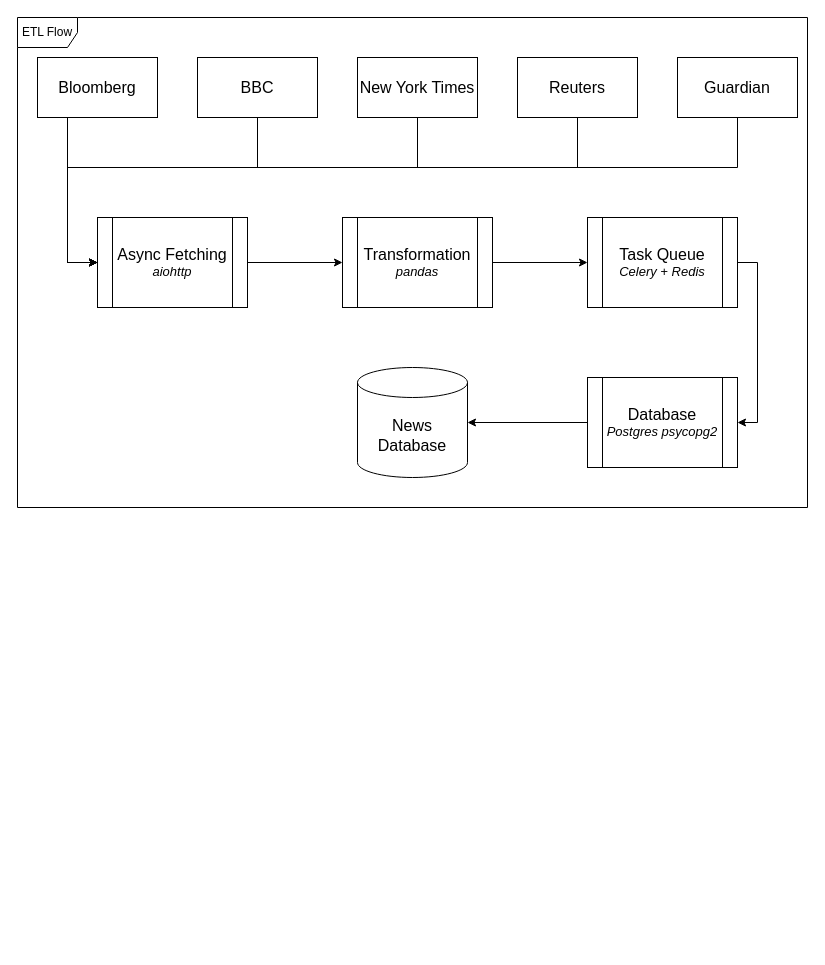
Above: etl_process.drawio in JakubK2004/JakubK2004 (draw.io), before the change. Source tidied: cells renumbered, new cells numbered last; positions are measured from the earlier drawing's top-left corner, leaving out a move shared by most shapes. Both pictures are drawn from the tidied source at 100%, with x=0, y=0 at pixel (17, 17).
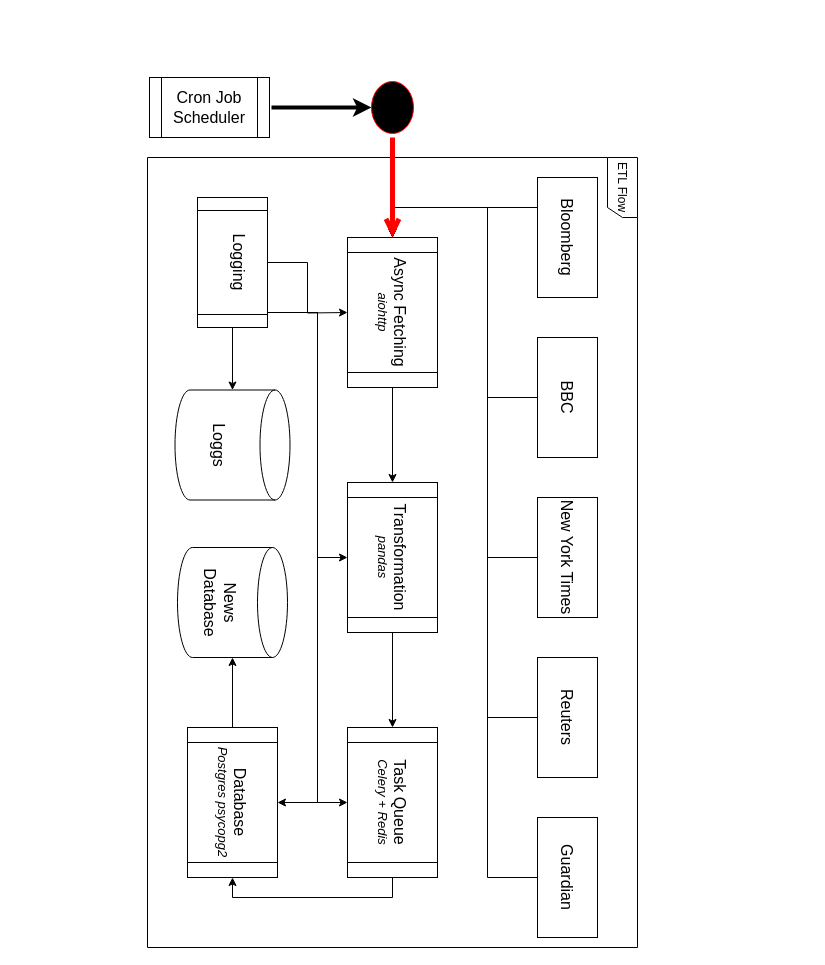
After the change.

What changed in the source:
```diff
@@
+    <mxCell id="23" style="edgeStyle=orthogonalEdgeStyle;rounded=0;orthogonalLoop=1;jettySize=auto;html=1;strokeWidth=4;" parent="1" edge="1">
+      <mxGeometry relative="1" as="geometry">
+        <mxPoint x="254" y="90" as="sourcePoint" />
+        <mxPoint x="354" y="90" as="targetPoint" />
+      </mxGeometry>
+    </mxCell>
+    <mxCell id="24" value="&lt;font style=&quot;font-size: 16px;&quot;&gt;Cron Job Scheduler&lt;/font&gt;" style="shape=process;whiteSpace=wrap;html=1;backgroundOutline=1;" parent="1" vertex="1">
+      <mxGeometry x="132" y="60" width="120" height="60" as="geometry" />
+    </mxCell>
+    <mxCell id="25" style="group;rotation=90;" parent="1" vertex="1">
+      <mxGeometry x="-20" y="290" width="790" height="490" as="geometry" />
+    </mxCell>
-    <mxCell id="2" style="group;" parent="1" vertex="1">
-      <mxGeometry x="20" y="40" width="760" height="60" as="geometry" />
+    <mxCell id="2" style="group;rotation=90;" parent="25" vertex="1">
+      <mxGeometry x="190" y="220" width="760" height="60" as="geometry" />
     </mxCell>
-    <mxCell id="3" value="&lt;font style=&quot;font-size: 16px;&quot;&gt;BBC&lt;/font&gt;" style="rounded=0;whiteSpace=wrap;html=1;" parent="2" vertex="1">
-      <mxGeometry x="160" width="120" height="60" as="geometry" />
+    <mxCell id="3" value="&lt;font style=&quot;font-size: 16px;&quot;&gt;BBC&lt;/font&gt;" style="rounded=0;whiteSpace=wrap;html=1;rotation=90;" parent="2" vertex="1">
+      <mxGeometry x="320" y="-160" width="120" height="60" as="geometry" />
     </mxCell>
-    <mxCell id="4" value="&lt;font style=&quot;font-size: 16px;&quot;&gt;New York Times&lt;/font&gt;" style="rounded=0;whiteSpace=wrap;html=1;" parent="2" vertex="1">
+    <mxCell id="4" value="&lt;font style=&quot;font-size: 16px;&quot;&gt;New York Times&lt;/font&gt;" style="rounded=0;whiteSpace=wrap;html=1;rotation=90;" parent="2" vertex="1">
       <mxGeometry x="320" width="120" height="60" as="geometry" />
     </mxCell>
-    <mxCell id="5" value="&lt;font style=&quot;font-size: 16px;&quot;&gt;Guardian&lt;/font&gt;" style="rounded=0;whiteSpace=wrap;html=1;" parent="2" vertex="1">
-      <mxGeometry x="640" width="120" height="60" as="geometry" />
+    <mxCell id="5" value="&lt;font style=&quot;font-size: 16px;&quot;&gt;Guardian&lt;/font&gt;" style="rounded=0;whiteSpace=wrap;html=1;rotation=90;" parent="2" vertex="1">
+      <mxGeometry x="320" y="320" width="120" height="60" as="geometry" />
     </mxCell>
-    <mxCell id="6" value="&lt;font style=&quot;font-size: 16px;&quot;&gt;Bloomberg&lt;/font&gt;" style="rounded=0;whiteSpace=wrap;html=1;" parent="2" vertex="1">
-      <mxGeometry width="120" height="60" as="geometry" />
+    <mxCell id="6" value="&lt;font style=&quot;font-size: 16px;&quot;&gt;Bloomberg&lt;/font&gt;" style="rounded=0;whiteSpace=wrap;html=1;rotation=90;" parent="2" vertex="1">
+      <mxGeometry x="320" y="-320" width="120" height="60" as="geometry" />
     </mxCell>
-    <mxCell id="7" value="&lt;font style=&quot;font-size: 16px;&quot;&gt;Reuters&lt;/font&gt;" style="rounded=0;whiteSpace=wrap;html=1;" parent="2" vertex="1">
-      <mxGeometry x="480" width="120" height="60" as="geometry" />
+    <mxCell id="7" value="&lt;font style=&quot;font-size: 16px;&quot;&gt;Reuters&lt;/font&gt;" style="rounded=0;whiteSpace=wrap;html=1;rotation=90;" parent="2" vertex="1">
+      <mxGeometry x="320" y="160" width="120" height="60" as="geometry" />
     </mxCell>
-    <mxCell id="8" style="edgeStyle=orthogonalEdgeStyle;rounded=0;jettySize=auto;html=1;entryX=0;entryY=0.5;entryDx=0;entryDy=0;" parent="1" edge="1" source="9" target="11">
+    <mxCell id="8" style="edgeStyle=orthogonalEdgeStyle;rounded=0;jettySize=auto;html=1;entryX=0;entryY=0.5;entryDx=0;entryDy=0;" parent="25" edge="1" source="9" target="11">
       <mxGeometry relative="1" as="geometry" />
     </mxCell>
-    <mxCell id="9" value="&lt;font style=&quot;font-size: 16px;&quot;&gt;Async Fetching&lt;/font&gt;&lt;div&gt;&lt;font size=&quot;1&quot; style=&quot;&quot;&gt;&lt;i style=&quot;font-size: 13px;&quot;&gt;aiohttp&lt;/i&gt;&lt;/font&gt;&lt;/div&gt;" style="shape=process;whiteSpace=wrap;html=1;backgroundOutline=1;rotation=0;" parent="1" vertex="1">
-      <mxGeometry x="80" y="200" width="150" height="90" as="geometry" />
+    <mxCell id="9" value="&lt;font style=&quot;font-size: 16px;&quot;&gt;Async Fetching&lt;/font&gt;&lt;div&gt;&lt;font size=&quot;1&quot; style=&quot;&quot;&gt;&lt;i style=&quot;font-size: 13px;&quot;&gt;aiohttp&lt;/i&gt;&lt;/font&gt;&lt;/div&gt;" style="shape=process;whiteSpace=wrap;html=1;backgroundOutline=1;rotation=90;" parent="25" vertex="1">
+      <mxGeometry x="320" y="-40" width="150" height="90" as="geometry" />
     </mxCell>
-    <mxCell id="10" style="edgeStyle=orthogonalEdgeStyle;rounded=0;jettySize=auto;html=1;entryX=0;entryY=0.5;entryDx=0;entryDy=0;" parent="1" edge="1" source="11" target="13">
+    <mxCell id="10" style="edgeStyle=orthogonalEdgeStyle;rounded=0;jettySize=auto;html=1;entryX=0;entryY=0.5;entryDx=0;entryDy=0;" parent="25" edge="1" source="11" target="13">
       <mxGeometry relative="1" as="geometry" />
     </mxCell>
-    <mxCell id="11" value="&lt;span style=&quot;font-size: 16px;&quot;&gt;Transformation&lt;/span&gt;&lt;div style=&quot;font-size: 13px;&quot;&gt;&lt;span style=&quot;&quot;&gt;&lt;i&gt;pandas&lt;/i&gt;&lt;/span&gt;&lt;/div&gt;" style="shape=process;whiteSpace=wrap;html=1;backgroundOutline=1;rotation=0;" parent="1" vertex="1">
-      <mxGeometry x="325" y="200" width="150" height="90" as="geometry" />
+    <mxCell id="11" value="&lt;span style=&quot;font-size: 16px;&quot;&gt;Transformation&lt;/span&gt;&lt;div style=&quot;font-size: 13px;&quot;&gt;&lt;span style=&quot;&quot;&gt;&lt;i&gt;pandas&lt;/i&gt;&lt;/span&gt;&lt;/div&gt;" style="shape=process;whiteSpace=wrap;html=1;backgroundOutline=1;rotation=90;" parent="25" vertex="1">
+      <mxGeometry x="320" y="205" width="150" height="90" as="geometry" />
     </mxCell>
-    <mxCell id="12" style="edgeStyle=orthogonalEdgeStyle;rounded=0;jettySize=auto;html=1;entryX=1;entryY=0.5;entryDx=0;entryDy=0;exitX=1;exitY=0.5;exitDx=0;exitDy=0;" parent="1" edge="1" source="13" target="14">
+    <mxCell id="12" style="edgeStyle=orthogonalEdgeStyle;rounded=0;jettySize=auto;html=1;entryX=1;entryY=0.5;entryDx=0;entryDy=0;exitX=1;exitY=0.5;exitDx=0;exitDy=0;" parent="25" edge="1" source="13" target="14">
       <mxGeometry relative="1" as="geometry" />
     </mxCell>
-    <mxCell id="13" value="&lt;span style=&quot;font-size: 16px;&quot;&gt;Task Queue&lt;/span&gt;&lt;div style=&quot;font-size: 13px;&quot;&gt;&lt;span style=&quot;&quot;&gt;&lt;i&gt;Celery + Redis&lt;/i&gt;&lt;/span&gt;&lt;/div&gt;" style="shape=process;whiteSpace=wrap;html=1;backgroundOutline=1;rotation=0;" parent="1" vertex="1">
-      <mxGeometry x="570" y="200" width="150" height="90" as="geometry" />
+    <mxCell id="13" value="&lt;span style=&quot;font-size: 16px;&quot;&gt;Task Queue&lt;/span&gt;&lt;div style=&quot;font-size: 13px;&quot;&gt;&lt;span style=&quot;&quot;&gt;&lt;i&gt;Celery + Redis&lt;/i&gt;&lt;/span&gt;&lt;/div&gt;" style="shape=process;whiteSpace=wrap;html=1;backgroundOutline=1;rotation=90;" parent="25" vertex="1">
+      <mxGeometry x="320" y="450" width="150" height="90" as="geometry" />
     </mxCell>
-    <mxCell id="14" value="&lt;span style=&quot;font-size: 16px;&quot;&gt;Database&lt;/span&gt;&lt;br&gt;&lt;div style=&quot;font-size: 13px;&quot;&gt;&lt;i&gt;Postgres psycopg2&lt;/i&gt;&lt;/div&gt;" style="shape=process;whiteSpace=wrap;html=1;backgroundOutline=1;rotation=0;" parent="1" vertex="1">
-      <mxGeometry x="570" y="360" width="150" height="90" as="geometry" />
+    <mxCell id="14" value="&lt;span style=&quot;font-size: 16px;&quot;&gt;Database&lt;/span&gt;&lt;br&gt;&lt;div style=&quot;font-size: 13px;&quot;&gt;&lt;i&gt;Postgres psycopg2&lt;/i&gt;&lt;/div&gt;" style="shape=process;whiteSpace=wrap;html=1;backgroundOutline=1;rotation=90;" parent="25" vertex="1">
+      <mxGeometry x="160" y="450" width="150" height="90" as="geometry" />
     </mxCell>
-    <mxCell id="15" value="&lt;font style=&quot;font-size: 16px;&quot;&gt;News Database&lt;/font&gt;" style="shape=cylinder3;whiteSpace=wrap;html=1;boundedLbl=1;backgroundOutline=1;size=15;" parent="1" vertex="1">
-      <mxGeometry x="340" y="350" width="110" height="110" as="geometry" />
+    <mxCell id="15" value="&lt;font style=&quot;font-size: 16px;&quot;&gt;News Database&lt;/font&gt;" style="shape=cylinder3;whiteSpace=wrap;html=1;boundedLbl=1;backgroundOutline=1;size=15;rotation=90;" parent="25" vertex="1">
+      <mxGeometry x="180" y="240" width="110" height="110" as="geometry" />
     </mxCell>
-    <mxCell id="16" value="ETL Flow" style="shape=umlFrame;whiteSpace=wrap;html=1;" parent="1" vertex="1">
+    <mxCell id="16" value="ETL Flow" style="shape=umlFrame;whiteSpace=wrap;html=1;rotation=90;" parent="25" vertex="1">
       <mxGeometry width="790" height="490" as="geometry" />
     </mxCell>
-    <mxCell id="17" style="edgeStyle=orthogonalEdgeStyle;rounded=0;jettySize=auto;html=1;exitX=0.25;exitY=1;exitDx=0;exitDy=0;entryX=0;entryY=0.5;entryDx=0;entryDy=0;" parent="1" edge="1" source="6" target="9">
+    <mxCell id="17" style="edgeStyle=orthogonalEdgeStyle;rounded=0;jettySize=auto;html=1;exitX=0.25;exitY=1;exitDx=0;exitDy=0;entryX=0;entryY=0.5;entryDx=0;entryDy=0;" parent="25" edge="1" source="6" target="9">
       <mxGeometry relative="1" as="geometry" />
     </mxCell>
-    <mxCell id="18" style="edgeStyle=orthogonalEdgeStyle;rounded=0;jettySize=auto;html=1;entryX=0;entryY=0.5;entryDx=0;entryDy=0;" parent="1" edge="1" source="3" target="9">
+    <mxCell id="18" style="edgeStyle=orthogonalEdgeStyle;rounded=0;jettySize=auto;html=1;entryX=0;entryY=0.5;entryDx=0;entryDy=0;" parent="25" edge="1" source="3" target="9">
       <mxGeometry relative="1" as="geometry">
         <Array as="points">
-          <mxPoint x="240" y="150" />
-          <mxPoint x="50" y="150" />
-          <mxPoint x="50" y="245" />
+          <mxPoint x="490" y="90" />
+          <mxPoint x="490" y="-100" />
+          <mxPoint x="395" y="-100" />
         </Array>
       </mxGeometry>
     </mxCell>
-    <mxCell id="19" style="edgeStyle=orthogonalEdgeStyle;rounded=0;jettySize=auto;html=1;entryX=0;entryY=0.5;entryDx=0;entryDy=0;" parent="1" edge="1" source="4" target="9">
+    <mxCell id="19" style="edgeStyle=orthogonalEdgeStyle;rounded=0;jettySize=auto;html=1;entryX=0;entryY=0.5;entryDx=0;entryDy=0;" parent="25" edge="1" source="4" target="9">
       <mxGeometry relative="1" as="geometry">
         <Array as="points">
-          <mxPoint x="400" y="150" />
-          <mxPoint x="50" y="150" />
-          <mxPoint x="50" y="245" />
+          <mxPoint x="490" y="250" />
+          <mxPoint x="490" y="-100" />
+          <mxPoint x="395" y="-100" />
         </Array>
       </mxGeometry>
     </mxCell>
-    <mxCell id="20" style="edgeStyle=orthogonalEdgeStyle;rounded=0;jettySize=auto;html=1;entryX=0;entryY=0.5;entryDx=0;entryDy=0;" parent="1" edge="1" source="7" target="9">
+    <mxCell id="20" style="edgeStyle=orthogonalEdgeStyle;rounded=0;jettySize=auto;html=1;entryX=0;entryY=0.5;entryDx=0;entryDy=0;" parent="25" edge="1" source="7" target="9">
       <mxGeometry relative="1" as="geometry">
         <Array as="points">
-          <mxPoint x="560" y="150" />
-          <mxPoint x="50" y="150" />
-          <mxPoint x="50" y="245" />
+          <mxPoint x="490" y="410" />
+          <mxPoint x="490" y="-100" />
+          <mxPoint x="395" y="-100" />
         </Array>
       </mxGeometry>
     </mxCell>
-    <mxCell id="21" style="edgeStyle=orthogonalEdgeStyle;rounded=0;jettySize=auto;html=1;entryX=0;entryY=0.5;entryDx=0;entryDy=0;" parent="1" edge="1" source="5" target="9">
+    <mxCell id="21" style="edgeStyle=orthogonalEdgeStyle;rounded=0;jettySize=auto;html=1;entryX=0;entryY=0.5;entryDx=0;entryDy=0;" parent="25" edge="1" source="5" target="9">
       <mxGeometry relative="1" as="geometry">
         <Array as="points">
-          <mxPoint x="720" y="150" />
-          <mxPoint x="50" y="150" />
-          <mxPoint x="50" y="245" />
+          <mxPoint x="490" y="570" />
+          <mxPoint x="490" y="-100" />
+          <mxPoint x="395" y="-100" />
         </Array>
       </mxGeometry>
     </mxCell>
-    <mxCell id="22" style="edgeStyle=orthogonalEdgeStyle;rounded=0;jettySize=auto;html=1;entryX=1;entryY=0.5;entryDx=0;entryDy=0;entryPerimeter=0;" parent="1" edge="1" source="14" target="15">
+    <mxCell id="22" style="edgeStyle=orthogonalEdgeStyle;rounded=0;jettySize=auto;html=1;entryX=1;entryY=0.5;entryDx=0;entryDy=0;entryPerimeter=0;" parent="25" edge="1" source="14" target="15">
       <mxGeometry relative="1" as="geometry" />
     </mxCell>
+    <mxCell id="26" style="edgeStyle=orthogonalEdgeStyle;rounded=0;jettySize=auto;html=1;" parent="25" edge="1" source="31">
+      <mxGeometry relative="1" as="geometry">
+        <mxPoint x="350" y="5" as="targetPoint" />
+      </mxGeometry>
+    </mxCell>
+    <mxCell id="27" style="edgeStyle=orthogonalEdgeStyle;rounded=0;jettySize=auto;html=1;entryX=0.5;entryY=1;entryDx=0;entryDy=0;" parent="25" edge="1" source="31" target="11">
+      <mxGeometry relative="1" as="geometry">
+        <Array as="points">
+          <mxPoint x="320" y="5" />
+          <mxPoint x="320" y="250" />
+        </Array>
+      </mxGeometry>
+    </mxCell>
+    <mxCell id="28" style="edgeStyle=orthogonalEdgeStyle;rounded=0;jettySize=auto;html=1;entryX=0.5;entryY=1;entryDx=0;entryDy=0;" parent="25" edge="1" source="31" target="13">
+      <mxGeometry relative="1" as="geometry">
+        <Array as="points">
+          <mxPoint x="320" y="5" />
+          <mxPoint x="320" y="495" />
+        </Array>
+      </mxGeometry>
+    </mxCell>
+    <mxCell id="29" style="edgeStyle=orthogonalEdgeStyle;rounded=0;jettySize=auto;html=1;entryX=0.5;entryY=0;entryDx=0;entryDy=0;" parent="25" edge="1" source="31" target="14">
+      <mxGeometry relative="1" as="geometry">
+        <Array as="points">
+          <mxPoint x="320" y="5" />
+          <mxPoint x="320" y="495" />
+        </Array>
+      </mxGeometry>
+    </mxCell>
+    <mxCell id="30" style="edgeStyle=orthogonalEdgeStyle;rounded=0;jettySize=auto;html=1;" parent="25" edge="1" source="31" target="32">
+      <mxGeometry relative="1" as="geometry" />
+    </mxCell>
+    <mxCell id="31" value="&lt;font style=&quot;font-size: 16px;&quot;&gt;Logging&lt;/font&gt;&lt;div&gt;&lt;br&gt;&lt;/div&gt;" style="shape=process;whiteSpace=wrap;html=1;backgroundOutline=1;rotation=90;" parent="25" vertex="1">
+      <mxGeometry x="170" y="-80" width="130" height="70" as="geometry" />
+    </mxCell>
+    <mxCell id="32" value="&lt;font style=&quot;font-size: 16px;&quot;&gt;Loggs&lt;/font&gt;" style="shape=cylinder3;whiteSpace=wrap;html=1;boundedLbl=1;backgroundOutline=1;size=15;rotation=90;" parent="25" vertex="1">
+      <mxGeometry x="180" y="80" width="110" height="115" as="geometry" />
+    </mxCell>
+    <mxCell id="33" style="ellipse;html=1;shape=startState;fillColor=#000000;strokeColor=#ff0000;" parent="1" vertex="1">
+      <mxGeometry x="350" y="60" width="50" height="60" as="geometry" />
+    </mxCell>
+    <mxCell id="34" style="edgeStyle=orthogonalEdgeStyle;html=1;verticalAlign=bottom;endArrow=open;endSize=8;strokeColor=#ff0000;rounded=0;strokeWidth=5;" parent="1" edge="1" source="33">
+      <mxGeometry relative="1" as="geometry">
+        <mxPoint x="375" y="220" as="targetPoint" />
+      </mxGeometry>
+    </mxCell>
```
